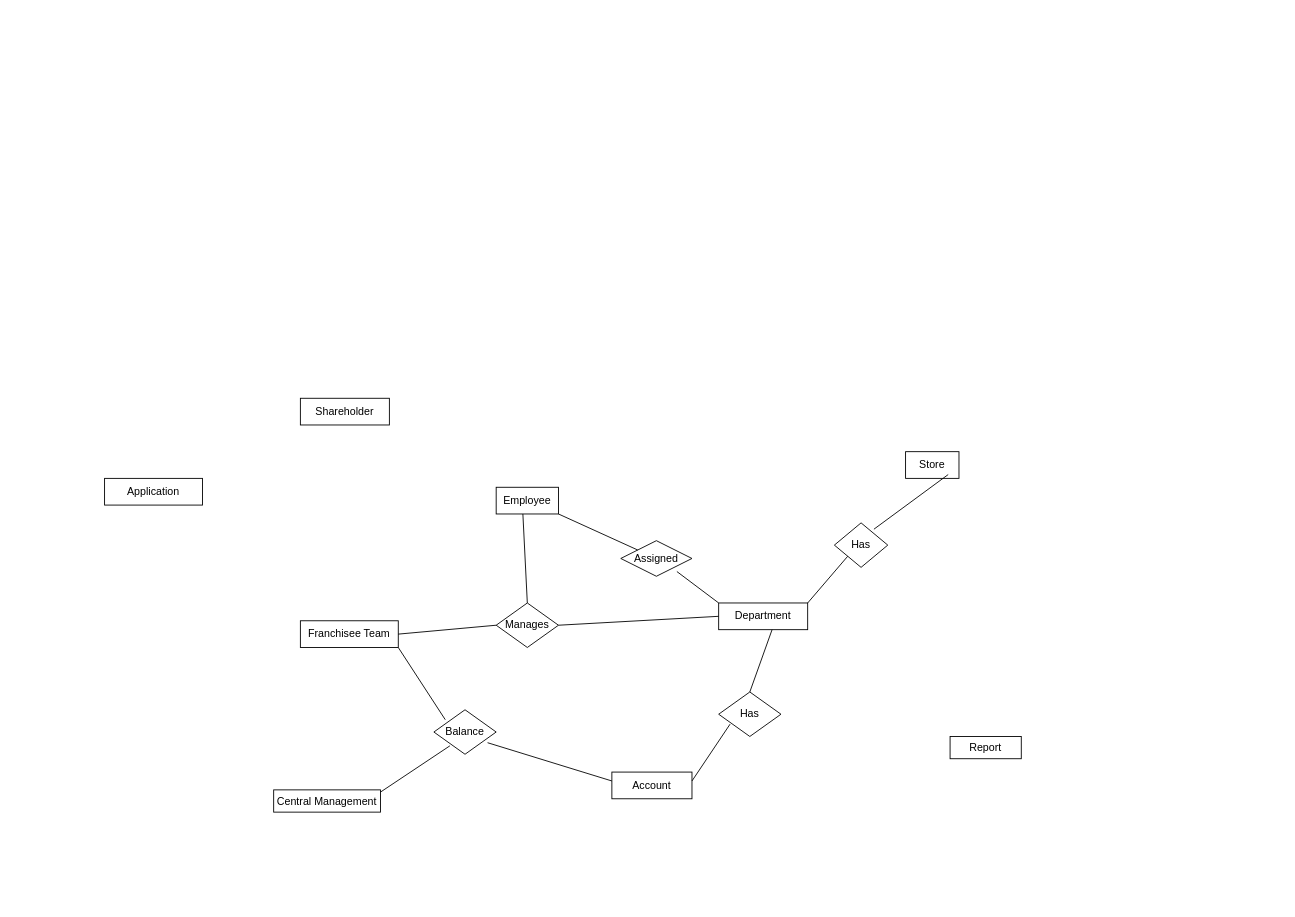
Before: Databases/drawio/Assessment2.drawio in TheBigBookMan/grad-dip, a draw.io diagram. Source tidied: cells renumbered, new cells numbered last; positions are measured from the earlier drawing's top-left corner, leaving out a move shared by most shapes. Both pictures are drawn from the tidied source at 89%, with x=0, y=0 at pixel (104, 398).
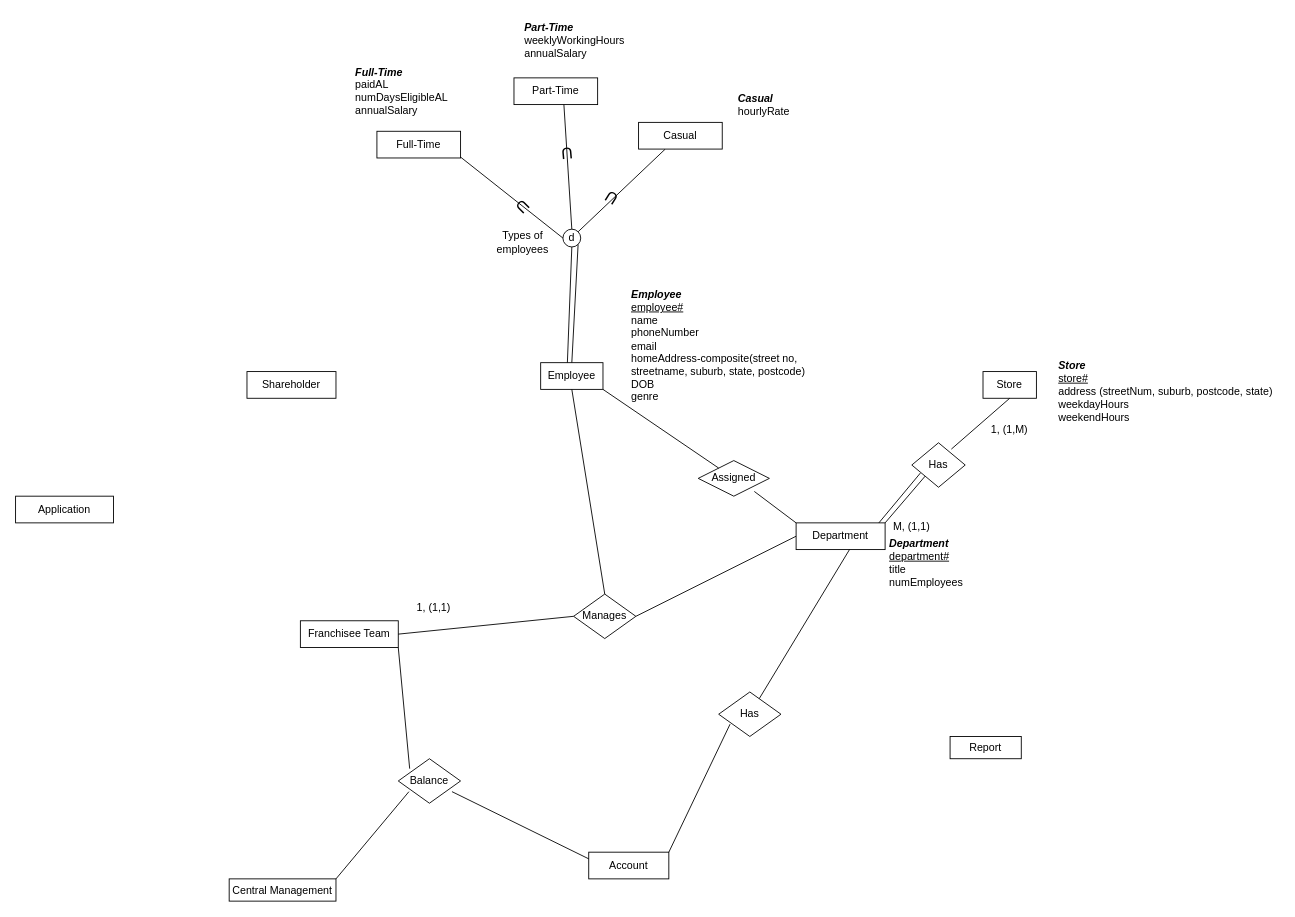
The same diagram, later.

The change refers to these unchanged cells:
```xml
<mxCell id="7" value="Franchisee Team" style="rounded=0;whiteSpace=wrap;html=1;" parent="1" vertex="1">
  <mxGeometry x="220" y="250" width="110" height="30" as="geometry" />
</mxCell>
<mxCell id="19" value="Has" style="rhombus;whiteSpace=wrap;html=1;" parent="1" vertex="1">
  <mxGeometry x="690" y="330" width="70" height="50" as="geometry" />
</mxCell>
```

What changed in the source:
```diff
@@
     <mxCell id="2" value="Store" style="rounded=0;whiteSpace=wrap;html=1;" parent="1" vertex="1">
-      <mxGeometry x="900" y="60" width="60" height="30" as="geometry" />
+      <mxGeometry x="987" y="-30" width="60" height="30" as="geometry" />
     </mxCell>
     <mxCell id="3" value="Department" style="rounded=0;whiteSpace=wrap;html=1;" parent="1" vertex="1">
-      <mxGeometry x="690" y="230" width="100" height="30" as="geometry" />
+      <mxGeometry x="777" y="140" width="100" height="30" as="geometry" />
     </mxCell>
     <mxCell id="4" value="Has" style="rhombus;whiteSpace=wrap;html=1;" parent="1" vertex="1">
-      <mxGeometry x="820" y="140" width="60" height="50" as="geometry" />
+      <mxGeometry x="907" y="50" width="60" height="50" as="geometry" />
     </mxCell>
-    <mxCell id="5" style="endArrow=none;html=1;rounded=0;exitX=0.741;exitY=0.142;exitDx=0;exitDy=0;entryX=0.798;entryY=0.857;entryDx=0;entryDy=0;entryPerimeter=0;exitPerimeter=0;" parent="1" edge="1" source="4" target="2">
+    <mxCell id="5" style="endArrow=none;html=1;rounded=0;exitX=0.741;exitY=0.142;exitDx=0;exitDy=0;entryX=0.5;entryY=1;entryDx=0;entryDy=0;entryPerimeter=0;exitPerimeter=0;" parent="1" edge="1" source="4" target="2">
       <mxGeometry relative="1" as="geometry" />
     </mxCell>
@@
     <mxCell id="8" value="Manages" style="rhombus;whiteSpace=wrap;html=1;" parent="1" vertex="1">
-      <mxGeometry x="440" y="230" width="70" height="50" as="geometry" />
+      <mxGeometry x="527" y="220" width="70" height="50" as="geometry" />
     </mxCell>
@@
-    <mxCell id="10" style="endArrow=none;html=1;rounded=0;exitX=1;exitY=0.5;exitDx=0;exitDy=0;" parent="1" edge="1" source="7">
-      <mxGeometry relative="1" as="geometry">
-        <mxPoint x="440" y="255" as="targetPoint" />
-      </mxGeometry>
+    <mxCell id="10" style="endArrow=none;html=1;rounded=0;exitX=1;exitY=0.5;exitDx=0;exitDy=0;entryX=0;entryY=0.5;entryDx=0;entryDy=0;" parent="1" edge="1" source="7" target="8">
+      <mxGeometry relative="1" as="geometry" />
     </mxCell>
     <mxCell id="11" value="Employee" style="rounded=0;whiteSpace=wrap;html=1;" parent="1" vertex="1">
-      <mxGeometry x="440" y="100" width="70" height="30" as="geometry" />
+      <mxGeometry x="490" y="-40" width="70" height="30" as="geometry" />
     </mxCell>
     <mxCell id="12" value="Assigned" style="rhombus;whiteSpace=wrap;html=1;direction=west;" parent="1" vertex="1">
-      <mxGeometry x="580" y="160" width="80" height="40" as="geometry" />
+      <mxGeometry x="667" y="70" width="80" height="40" as="geometry" />
     </mxCell>
-    <mxCell id="13" style="endArrow=none;html=1;rounded=0;" parent="1" edge="1" target="12">
-      <mxGeometry relative="1" as="geometry">
-        <mxPoint x="510" y="130" as="sourcePoint" />
-      </mxGeometry>
+    <mxCell id="13" style="endArrow=none;html=1;rounded=0;exitX=1;exitY=1;exitDx=0;exitDy=0;" parent="1" edge="1" source="11" target="12">
+      <mxGeometry relative="1" as="geometry" />
     </mxCell>
@@
-    <mxCell id="15" style="endArrow=none;html=1;rounded=0;entryX=0.5;entryY=0;entryDx=0;entryDy=0;" parent="1" edge="1" target="8">
-      <mxGeometry relative="1" as="geometry">
-        <mxPoint x="470" y="130" as="sourcePoint" />
-      </mxGeometry>
+    <mxCell id="15" style="endArrow=none;html=1;rounded=0;entryX=0.5;entryY=0;entryDx=0;entryDy=0;exitX=0.5;exitY=1;exitDx=0;exitDy=0;" parent="1" edge="1" source="11" target="8">
+      <mxGeometry relative="1" as="geometry" />
     </mxCell>
     <mxCell id="16" value="Shareholder" style="rounded=0;whiteSpace=wrap;html=1;" parent="1" vertex="1">
-      <mxGeometry x="220" width="100" height="30" as="geometry" />
+      <mxGeometry x="160" y="-30" width="100" height="30" as="geometry" />
     </mxCell>
     <mxCell id="17" value="Application" style="rounded=0;whiteSpace=wrap;html=1;" parent="1" vertex="1">
-      <mxGeometry y="90" width="110" height="30" as="geometry" />
+      <mxGeometry x="-100" y="110" width="110" height="30" as="geometry" />
     </mxCell>
     <mxCell id="18" value="Account" style="rounded=0;whiteSpace=wrap;html=1;" parent="1" vertex="1">
-      <mxGeometry x="570" y="420" width="90" height="30" as="geometry" />
+      <mxGeometry x="544" y="510" width="90" height="30" as="geometry" />
     </mxCell>
@@
-    <mxCell id="20" style="endArrow=none;html=1;rounded=0;exitX=0.5;exitY=0;exitDx=0;exitDy=0;entryX=0;entryY=0.5;entryDx=0;entryDy=0;" parent="1" edge="1" source="19">
+    <mxCell id="20" style="endArrow=none;html=1;rounded=0;entryX=0;entryY=0.5;entryDx=0;entryDy=0;" parent="1" edge="1" source="19">
       <mxGeometry relative="1" as="geometry">
-        <mxPoint x="750" y="260" as="targetPoint" />
+        <mxPoint x="837" y="170" as="targetPoint" />
       </mxGeometry>
     </mxCell>
-    <mxCell id="21" style="endArrow=none;html=1;rounded=0;exitX=0.5;exitY=0;exitDx=0;exitDy=0;entryX=0.183;entryY=0.723;entryDx=0;entryDy=0;entryPerimeter=0;" parent="1" edge="1" target="19">
-      <mxGeometry relative="1" as="geometry">
-        <mxPoint x="660" y="430" as="sourcePoint" />
-      </mxGeometry>
+    <mxCell id="21" style="endArrow=none;html=1;rounded=0;exitX=1;exitY=0;exitDx=0;exitDy=0;entryX=0.183;entryY=0.723;entryDx=0;entryDy=0;entryPerimeter=0;" parent="1" edge="1" source="18" target="19">
+      <mxGeometry relative="1" as="geometry" />
     </mxCell>
     <mxCell id="22" value="Central Management" style="rounded=0;whiteSpace=wrap;html=1;" parent="1" vertex="1">
-      <mxGeometry x="190" y="440" width="120" height="25" as="geometry" />
+      <mxGeometry x="140" y="540" width="120" height="25" as="geometry" />
     </mxCell>
     <mxCell id="23" value="Balance" style="rhombus;whiteSpace=wrap;html=1;" parent="1" vertex="1">
-      <mxGeometry x="370" y="350" width="70" height="50" as="geometry" />
+      <mxGeometry x="330" y="405" width="70" height="50" as="geometry" />
     </mxCell>
@@
-    <mxCell id="25" style="endArrow=none;html=1;rounded=0;entryX=0;entryY=1;entryDx=0;entryDy=0;exitX=0.862;exitY=0.74;exitDx=0;exitDy=0;exitPerimeter=0;" parent="1" edge="1" source="23">
-      <mxGeometry relative="1" as="geometry">
-        <mxPoint x="570" y="430" as="targetPoint" />
-      </mxGeometry>
+    <mxCell id="25" style="endArrow=none;html=1;rounded=0;entryX=0;entryY=0.25;entryDx=0;entryDy=0;exitX=0.862;exitY=0.74;exitDx=0;exitDy=0;exitPerimeter=0;" parent="1" edge="1" source="23" target="18">
+      <mxGeometry relative="1" as="geometry" />
     </mxCell>
-    <mxCell id="26" style="endArrow=none;html=1;rounded=0;entryX=0;entryY=1;entryDx=0;entryDy=0;" parent="1" edge="1">
-      <mxGeometry relative="1" as="geometry">
-        <mxPoint x="310" y="442.5" as="sourcePoint" />
-        <mxPoint x="388" y="390.5" as="targetPoint" />
-      </mxGeometry>
+    <mxCell id="26" style="endArrow=none;html=1;rounded=0;entryX=1;entryY=0;entryDx=0;entryDy=0;exitX=0.171;exitY=0.74;exitDx=0;exitDy=0;exitPerimeter=0;" parent="1" edge="1" source="23" target="22">
+      <mxGeometry relative="1" as="geometry" />
     </mxCell>
@@
+    <mxCell id="28" value="&lt;b style=&quot;&quot;&gt;&lt;i&gt;Store&lt;/i&gt;&lt;/b&gt;&lt;br&gt;&lt;u&gt;store#&lt;/u&gt;&lt;br&gt;address (streetNum, suburb, postcode, state)&lt;br&gt;weekdayHours&lt;br&gt;weekendHours" style="text;html=1;strokeColor=none;fillColor=none;align=left;verticalAlign=top;whiteSpace=wrap;rounded=0;" parent="1" vertex="1">
+      <mxGeometry x="1070" y="-50" width="250" height="100" as="geometry" />
+    </mxCell>
+    <mxCell id="29" value="M, (1,1)" style="text;html=1;strokeColor=none;fillColor=none;align=center;verticalAlign=middle;whiteSpace=wrap;rounded=0;" parent="1" vertex="1">
+      <mxGeometry x="877" y="130" width="60" height="30" as="geometry" />
+    </mxCell>
+    <mxCell id="30" value="1, (1,M)" style="text;html=1;strokeColor=none;fillColor=none;align=center;verticalAlign=middle;whiteSpace=wrap;rounded=0;" parent="1" vertex="1">
+      <mxGeometry x="987" y="20" width="60" height="30" as="geometry" />
+    </mxCell>
+    <mxCell id="31" value="&lt;b&gt;&lt;i&gt;Department&lt;/i&gt;&lt;/b&gt;&lt;br&gt;&lt;u&gt;department#&lt;/u&gt;&lt;br&gt;title&lt;br&gt;numEmployees" style="text;html=1;strokeColor=none;fillColor=none;align=left;verticalAlign=top;whiteSpace=wrap;rounded=0;" parent="1" vertex="1">
+      <mxGeometry x="880" y="150" width="100" height="70" as="geometry" />
+    </mxCell>
+    <mxCell id="32" value="1, (1,1)" style="text;html=1;strokeColor=none;fillColor=none;align=center;verticalAlign=middle;whiteSpace=wrap;rounded=0;" parent="1" vertex="1">
+      <mxGeometry x="340" y="220" width="60" height="30" as="geometry" />
+    </mxCell>
+    <mxCell id="33" style="endArrow=none;html=1;rounded=0;exitX=1;exitY=0;exitDx=0;exitDy=0;entryX=0.161;entryY=0.68;entryDx=0;entryDy=0;entryPerimeter=0;" parent="1" edge="1" target="4">
+      <mxGeometry relative="1" as="geometry">
+        <mxPoint x="870" y="140" as="sourcePoint" />
+      </mxGeometry>
+    </mxCell>
+    <mxCell id="34" value="&lt;b&gt;&lt;i&gt;Employee&lt;/i&gt;&lt;/b&gt;&lt;br&gt;&lt;u&gt;employee#&lt;/u&gt;&lt;br&gt;name&lt;br&gt;phoneNumber&lt;br&gt;email&lt;br&gt;homeAddress-composite(street no, streetname, suburb, state, postcode)&lt;br&gt;DOB&lt;br&gt;genre" style="text;html=1;strokeColor=none;fillColor=none;align=left;verticalAlign=top;whiteSpace=wrap;rounded=0;" parent="1" vertex="1">
+      <mxGeometry x="590" y="-130" width="200" height="160" as="geometry" />
+    </mxCell>
+    <mxCell id="35" value="d" style="ellipse;whiteSpace=wrap;html=1;" parent="1" vertex="1">
+      <mxGeometry x="515" y="-190" width="20" height="20" as="geometry" />
+    </mxCell>
+    <mxCell id="36" style="endArrow=none;html=1;rounded=0;entryX=0.5;entryY=1;entryDx=0;entryDy=0;" parent="1" edge="1" target="35">
+      <mxGeometry relative="1" as="geometry">
+        <mxPoint x="520" y="-40" as="sourcePoint" />
+      </mxGeometry>
+    </mxCell>
+    <mxCell id="37" style="endArrow=none;html=1;rounded=0;exitX=1;exitY=0;exitDx=0;exitDy=0;" parent="1" edge="1" source="35">
+      <mxGeometry relative="1" as="geometry">
+        <mxPoint x="630" y="-280" as="targetPoint" />
+      </mxGeometry>
+    </mxCell>
+    <mxCell id="38" value="Casual" style="rounded=0;whiteSpace=wrap;html=1;" parent="1" vertex="1">
+      <mxGeometry x="600" y="-310" width="94" height="30" as="geometry" />
+    </mxCell>
+    <mxCell id="39" value="Part-Time" style="rounded=0;whiteSpace=wrap;html=1;" parent="1" vertex="1">
+      <mxGeometry x="460" y="-360" width="94" height="30" as="geometry" />
+    </mxCell>
+    <mxCell id="40" value="Full-Time" style="rounded=0;whiteSpace=wrap;html=1;" parent="1" vertex="1">
+      <mxGeometry x="306" y="-300" width="94" height="30" as="geometry" />
+    </mxCell>
+    <mxCell id="41" style="endArrow=none;html=1;rounded=0;exitX=0.5;exitY=0;exitDx=0;exitDy=0;entryX=0.629;entryY=1.05;entryDx=0;entryDy=0;entryPerimeter=0;" parent="1" edge="1" source="35">
+      <mxGeometry relative="1" as="geometry">
+        <mxPoint x="516.1" y="-330" as="targetPoint" />
+      </mxGeometry>
+    </mxCell>
+    <mxCell id="42" style="endArrow=none;html=1;rounded=0;entryX=0.629;entryY=1.05;entryDx=0;entryDy=0;entryPerimeter=0;exitX=0;exitY=0.5;exitDx=0;exitDy=0;" parent="1" edge="1" source="35">
+      <mxGeometry relative="1" as="geometry">
+        <mxPoint x="400" y="-271" as="targetPoint" />
+      </mxGeometry>
+    </mxCell>
+    <mxCell id="43" value="&lt;font style=&quot;font-size: 18px;&quot;&gt;U&lt;/font&gt;" style="text;html=1;strokeColor=none;fillColor=none;align=center;verticalAlign=middle;whiteSpace=wrap;rounded=0;rotation=-225;" parent="1" vertex="1">
+      <mxGeometry x="440" y="-230" width="60" height="30" as="geometry" />
+    </mxCell>
+    <mxCell id="44" value="&lt;font style=&quot;font-size: 18px;&quot;&gt;U&lt;/font&gt;" style="text;html=1;strokeColor=none;fillColor=none;align=center;verticalAlign=middle;whiteSpace=wrap;rounded=0;rotation=-148;" parent="1" vertex="1">
+      <mxGeometry x="540" y="-240" width="60" height="30" as="geometry" />
+    </mxCell>
+    <mxCell id="45" value="&lt;font style=&quot;font-size: 18px;&quot;&gt;U&lt;/font&gt;" style="text;html=1;strokeColor=none;fillColor=none;align=center;verticalAlign=middle;whiteSpace=wrap;rounded=0;rotation=-185;" parent="1" vertex="1">
+      <mxGeometry x="490" y="-290" width="60" height="30" as="geometry" />
+    </mxCell>
+    <mxCell id="46" style="endArrow=none;html=1;rounded=0;entryX=1;entryY=1;entryDx=0;entryDy=0;exitX=0.5;exitY=0;exitDx=0;exitDy=0;" parent="1" edge="1" source="11" target="35">
+      <mxGeometry relative="1" as="geometry" />
+    </mxCell>
+    <mxCell id="47" value="Types of employees" style="text;html=1;strokeColor=none;fillColor=none;align=center;verticalAlign=middle;whiteSpace=wrap;rounded=0;" parent="1" vertex="1">
+      <mxGeometry x="440" y="-190" width="60" height="30" as="geometry" />
+    </mxCell>
+    <mxCell id="48" value="&lt;b&gt;&lt;i&gt;Casual&lt;/i&gt;&lt;/b&gt;&lt;br&gt;hourlyRate" style="text;html=1;strokeColor=none;fillColor=none;align=left;verticalAlign=top;whiteSpace=wrap;rounded=0;" parent="1" vertex="1">
+      <mxGeometry x="710" y="-350" width="100" height="40" as="geometry" />
+    </mxCell>
+    <mxCell id="49" value="&lt;b&gt;&lt;i&gt;Full-Time&lt;br&gt;&lt;/i&gt;&lt;/b&gt;paidAL&lt;br&gt;numDaysEligibleAL&lt;br&gt;annualSalary" style="text;html=1;strokeColor=none;fillColor=none;align=left;verticalAlign=top;whiteSpace=wrap;rounded=0;" parent="1" vertex="1">
+      <mxGeometry x="280" y="-380" width="110" height="70" as="geometry" />
+    </mxCell>
+    <mxCell id="50" value="&lt;b&gt;&lt;i&gt;Part-Time&lt;br&gt;&lt;/i&gt;&lt;/b&gt;weeklyWorkingHours&lt;br&gt;annualSalary" style="text;html=1;strokeColor=none;fillColor=none;align=left;verticalAlign=top;whiteSpace=wrap;rounded=0;" parent="1" vertex="1">
+      <mxGeometry x="470" y="-430" width="130" height="70" as="geometry" />
+    </mxCell>
```
